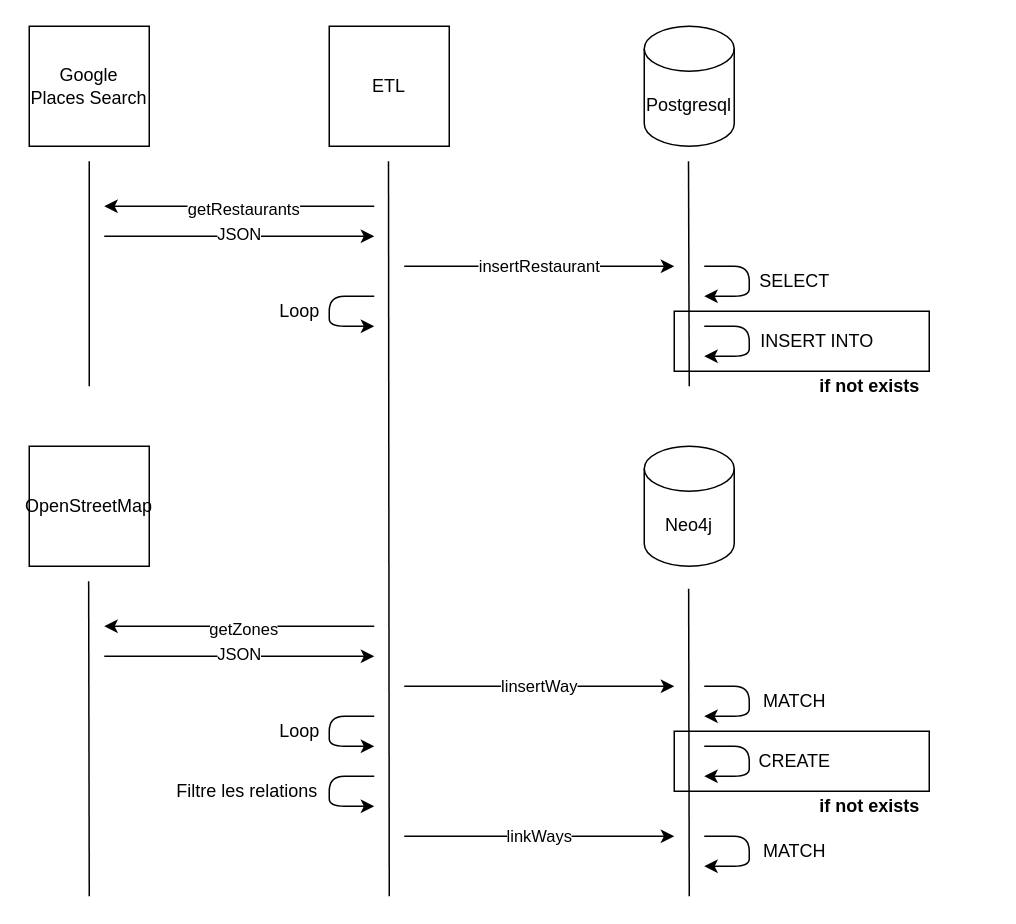
Katsuyu/VeloEpicurien keeps this draw.io diagram as page "Page-2" (2 of 3) of doc/etl.drawio. Above is the earlier version. Source tidied: cells renumbered, new cells numbered last; positions are measured from the earlier drawing's top-left corner, leaving out a move shared by most shapes. Both pictures are drawn from the tidied source at 150%, with x=0, y=0 at pixel (28, 26).
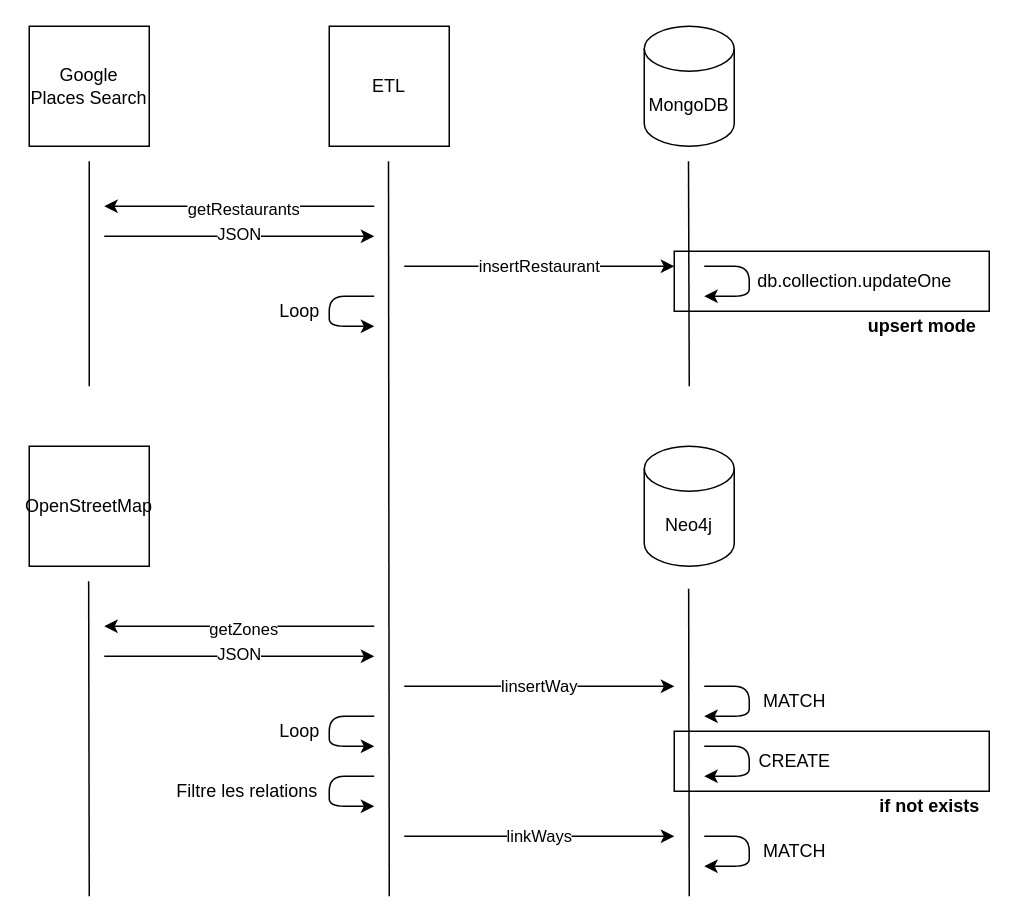
The same page after the edit.

The edit, as a diff of the source:
```diff
@@
-    <mxCell id="12" value="Postgresql" style="shape=cylinder3;whiteSpace=wrap;html=1;boundedLbl=1;backgroundOutline=1;size=15;fillColor=#FFFFFF;" parent="1" vertex="1">
+    <mxCell id="12" value="MongoDB" style="shape=cylinder3;whiteSpace=wrap;html=1;boundedLbl=1;backgroundOutline=1;size=15;fillColor=#FFFFFF;" parent="1" vertex="1">
       <mxGeometry x="410" width="60" height="80" as="geometry" />
     </mxCell>
@@
-    <mxCell id="16" value="SELECT" style="text;html=1;align=center;verticalAlign=middle;" parent="1" vertex="1">
-      <mxGeometry x="480" y="160" width="60" height="20" as="geometry" />
+    <mxCell id="16" value="db.collection.updateOne" style="text;html=1;align=center;verticalAlign=middle;" parent="1" vertex="1">
+      <mxGeometry x="480" y="160" width="140" height="20" as="geometry" />
     </mxCell>
-    <mxCell id="17" style="endArrow=classic;html=1;" parent="1" edge="1">
-      <mxGeometry relative="1" as="geometry">
-        <mxPoint x="450" y="200" as="sourcePoint" />
-        <mxPoint x="450" y="220" as="targetPoint" />
-        <Array as="points">
-          <mxPoint x="480" y="200" />
-          <mxPoint x="480" y="220" />
-        </Array>
-      </mxGeometry>
-    </mxCell>
-    <mxCell id="18" value="INSERT INTO" style="text;html=1;align=center;verticalAlign=middle;" parent="1" vertex="1">
-      <mxGeometry x="480" y="200" width="90" height="20" as="geometry" />
-    </mxCell>
@@
-    <mxCell id="39" style="rounded=0;whiteSpace=wrap;html=1;fillColor=none;" parent="1" vertex="1">
-      <mxGeometry x="430" y="190" width="170" height="40" as="geometry" />
-    </mxCell>
     <mxCell id="40" style="rounded=0;whiteSpace=wrap;html=1;fillColor=none;" parent="1" vertex="1">
-      <mxGeometry x="430" y="470" width="170" height="40" as="geometry" />
+      <mxGeometry x="430" y="470" width="210" height="40" as="geometry" />
     </mxCell>
-    <mxCell id="41" value="&lt;b&gt;if not exists&lt;/b&gt;" style="text;html=1;align=center;verticalAlign=middle;" parent="1" vertex="1">
-      <mxGeometry x="520" y="230" width="80" height="20" as="geometry" />
-    </mxCell>
     <mxCell id="42" value="&lt;b&gt;if not exists&lt;/b&gt;" style="text;html=1;align=center;verticalAlign=middle;" parent="1" vertex="1">
-      <mxGeometry x="520" y="510" width="80" height="20" as="geometry" />
+      <mxGeometry x="560" y="510" width="80" height="20" as="geometry" />
     </mxCell>
+    <mxCell id="43" value="&lt;b&gt;upsert mode&lt;/b&gt;" style="text;html=1;align=center;verticalAlign=middle;" parent="1" vertex="1">
+      <mxGeometry x="550" y="190" width="90" height="20" as="geometry" />
+    </mxCell>
+    <mxCell id="44" style="rounded=0;whiteSpace=wrap;html=1;fillColor=none;" parent="1" vertex="1">
+      <mxGeometry x="430" y="150" width="210" height="40" as="geometry" />
+    </mxCell>
```
